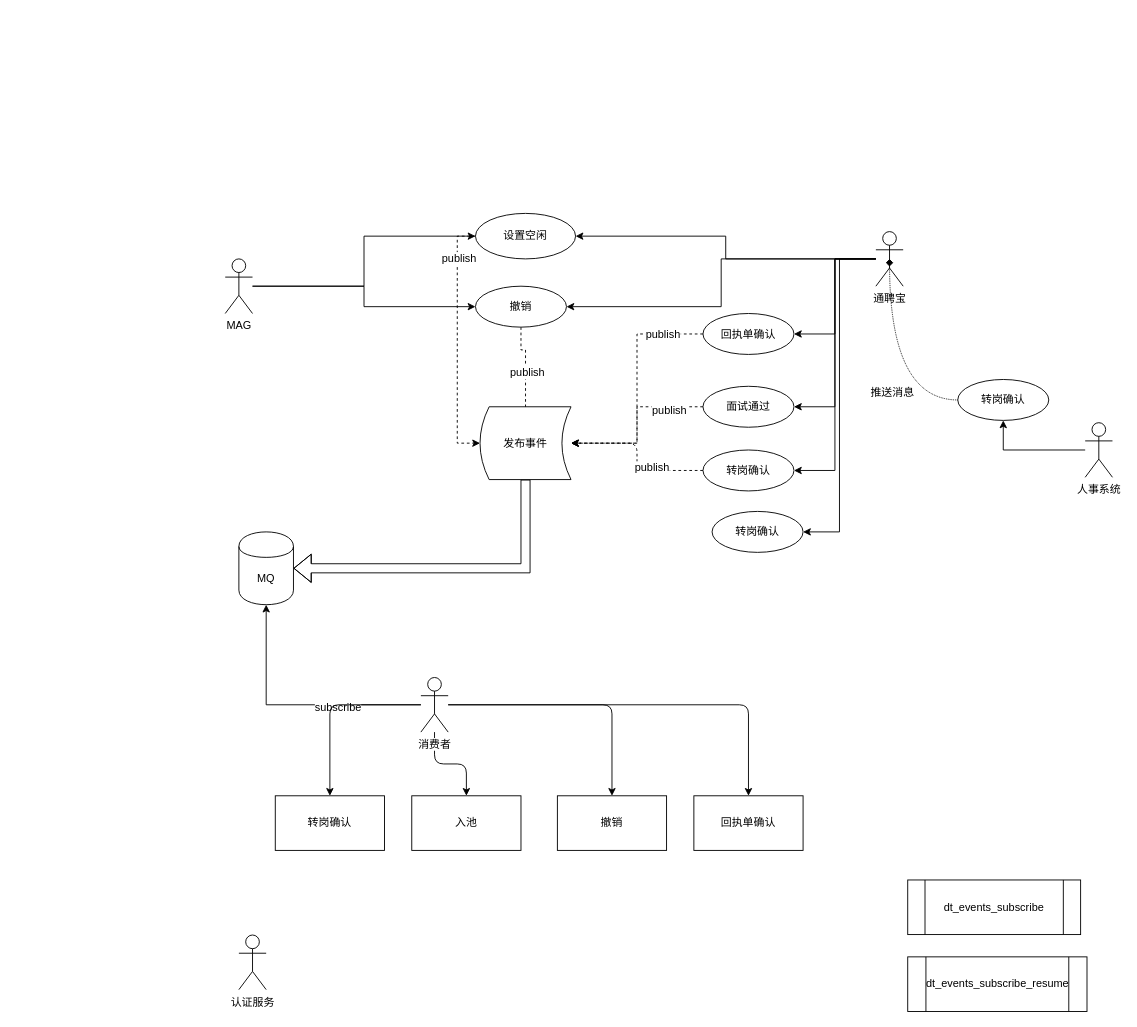
toby2o12/drawio keeps this draw.io diagram as source/通聘宝简历事件订阅.drawio. Above is the earlier version. Source tidied: cells renumbered, new cells numbered last; positions are measured from the earlier drawing's top-left corner, leaving out a move shared by most shapes. Both pictures are drawn from the tidied source at 91%, with x=0, y=0 at pixel (225, 213).
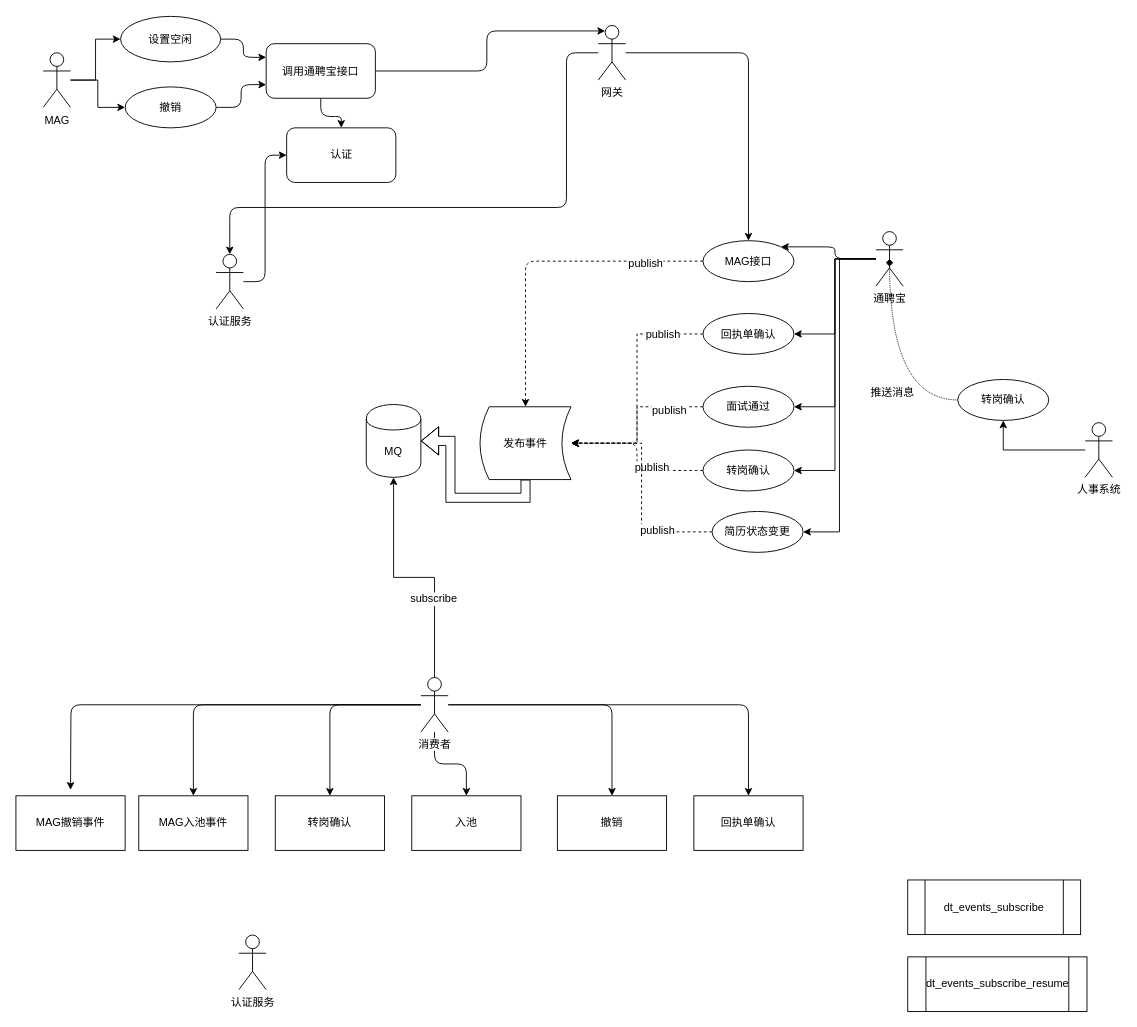
After the change.

Commit message (it also covers changes not shown here):
更新通聘宝简历事件订阅.drawio

Unchanged cells that the change refers to:
```xml
<mxCell id="18" value="通聘宝" style="shape=umlActor;verticalLabelPosition=bottom;labelBackgroundColor=#ffffff;verticalAlign=top;html=1;" parent="1" vertex="1">
  <mxGeometry x="715" y="20" width="30" height="60" as="geometry" />
</mxCell>
<mxCell id="37" value="发布事件" style="shape=dataStorage;whiteSpace=wrap;html=1;" parent="1" vertex="1">
  <mxGeometry x="280" y="212.5" width="100" height="80" as="geometry" />
</mxCell>
<mxCell id="44" value="消费者" style="shape=umlActor;verticalLabelPosition=bottom;labelBackgroundColor=#ffffff;verticalAlign=top;html=1;outlineConnect=0;" parent="1" vertex="1">
  <mxGeometry x="215" y="510" width="30" height="60" as="geometry" />
</mxCell>
```

What changed in the source:
```diff
@@
     <mxCell id="8" value="MAG" style="shape=umlActor;verticalLabelPosition=bottom;labelBackgroundColor=#ffffff;verticalAlign=top;html=1;" parent="1" vertex="1">
-      <mxGeometry y="50" width="30" height="60" as="geometry" />
+      <mxGeometry x="-200" y="-176.5" width="30" height="60" as="geometry" />
     </mxCell>
     <mxCell id="9" value="MQ" style="shape=cylinder;whiteSpace=wrap;html=1;boundedLbl=1;backgroundOutline=1;" parent="1" vertex="1">
-      <mxGeometry x="15" y="350" width="60" height="80" as="geometry" />
+      <mxGeometry x="155" y="210" width="60" height="80" as="geometry" />
     </mxCell>
@@
-    <mxCell id="12" style="edgeStyle=orthogonalEdgeStyle;rounded=0;jettySize=auto;html=1;" parent="1" edge="1" source="18" target="23">
-      <mxGeometry relative="1" as="geometry" />
-    </mxCell>
-    <mxCell id="13" style="edgeStyle=orthogonalEdgeStyle;rounded=0;jettySize=auto;html=1;entryX=1;entryY=0.5;entryDx=0;entryDy=0;" parent="1" edge="1" source="18" target="26">
-      <mxGeometry relative="1" as="geometry">
-        <Array as="points">
-          <mxPoint x="545" y="50" />
-          <mxPoint x="545" y="103" />
-        </Array>
-      </mxGeometry>
-    </mxCell>
@@
+    <mxCell id="50" style="edgeStyle=orthogonalEdgeStyle;rounded=1;jettySize=auto;html=1;entryX=1;entryY=0;entryDx=0;entryDy=0;startArrow=none;startFill=0;endArrow=classic;endFill=1;" parent="1" edge="1" source="18" target="68">
+      <mxGeometry relative="1" as="geometry" />
+    </mxCell>
@@
-    <mxCell id="21" style="edgeStyle=orthogonalEdgeStyle;rounded=0;jettySize=auto;html=1;entryX=0;entryY=0.5;entryDx=0;entryDy=0;exitX=0;exitY=0.5;exitDx=0;exitDy=0;dashed=1;" parent="1" edge="1" source="23" target="37">
-      <mxGeometry relative="1" as="geometry" />
-    </mxCell>
-    <mxCell id="22" value="publish" style="text;html=1;align=center;verticalAlign=middle;labelBackgroundColor=#ffffff;" parent="21" vertex="1">
-      <mxGeometry x="-0.68" y="1" relative="1" as="geometry" />
-    </mxCell>
+    <mxCell id="51" style="edgeStyle=orthogonalEdgeStyle;rounded=1;jettySize=auto;html=1;entryX=0;entryY=0.25;entryDx=0;entryDy=0;startArrow=none;startFill=0;endArrow=classic;endFill=1;" parent="1" edge="1" source="23" target="62">
+      <mxGeometry relative="1" as="geometry" />
+    </mxCell>
     <mxCell id="23" value="设置空闲" style="ellipse;whiteSpace=wrap;html=1;" parent="1" vertex="1">
-      <mxGeometry x="275" width="110" height="50" as="geometry" />
+      <mxGeometry x="-115" y="-216.5" width="110" height="50" as="geometry" />
     </mxCell>
-    <mxCell id="24" style="edgeStyle=orthogonalEdgeStyle;rounded=0;jettySize=auto;html=1;entryX=0;entryY=0.5;entryDx=0;entryDy=0;dashed=1;startArrow=none;startFill=0;" parent="1" edge="1" source="26" target="37">
-      <mxGeometry relative="1" as="geometry">
-        <Array as="points">
-          <mxPoint x="325" y="150" />
-          <mxPoint x="330" y="150" />
-          <mxPoint x="330" y="253" />
-        </Array>
-      </mxGeometry>
-    </mxCell>
-    <mxCell id="25" value="publish" style="text;html=1;align=center;verticalAlign=middle;labelBackgroundColor=#ffffff;" parent="24" vertex="1">
-      <mxGeometry x="-0.41" y="1" relative="1" as="geometry" />
-    </mxCell>
+    <mxCell id="52" style="edgeStyle=orthogonalEdgeStyle;rounded=1;jettySize=auto;html=1;entryX=0;entryY=0.75;entryDx=0;entryDy=0;startArrow=none;startFill=0;endArrow=classic;endFill=1;" parent="1" edge="1" source="26" target="62">
+      <mxGeometry relative="1" as="geometry" />
+    </mxCell>
     <mxCell id="26" value="撤销" style="ellipse;whiteSpace=wrap;html=1;" parent="1" vertex="1">
-      <mxGeometry x="275" y="80" width="100" height="45" as="geometry" />
+      <mxGeometry x="-110" y="-139" width="100" height="45" as="geometry" />
     </mxCell>
@@
+    <mxCell id="53" style="edgeStyle=orthogonalEdgeStyle;rounded=1;jettySize=auto;html=1;startArrow=none;startFill=0;endArrow=classic;endFill=1;" parent="1" edge="1" source="44">
+      <mxGeometry relative="1" as="geometry">
+        <mxPoint x="-170" y="633.5" as="targetPoint" />
+      </mxGeometry>
+    </mxCell>
+    <mxCell id="54" style="edgeStyle=orthogonalEdgeStyle;rounded=1;jettySize=auto;html=1;startArrow=none;startFill=0;endArrow=classic;endFill=1;" parent="1" edge="1" source="44" target="69">
+      <mxGeometry relative="1" as="geometry" />
+    </mxCell>
@@
+    <mxCell id="55" style="edgeStyle=orthogonalEdgeStyle;rounded=0;jettySize=auto;html=1;entryX=1;entryY=0.5;entryDx=0;entryDy=0;startArrow=none;startFill=0;endArrow=classic;endFill=1;dashed=1;" parent="1" edge="1" source="49" target="37">
+      <mxGeometry relative="1" as="geometry" />
+    </mxCell>
+    <mxCell id="56" value="publish" style="text;html=1;align=center;verticalAlign=middle;labelBackgroundColor=#ffffff;" parent="55" vertex="1">
+      <mxGeometry x="-0.52" y="-2" relative="1" as="geometry" />
+    </mxCell>
-    <mxCell id="49" value="转岗确认" style="ellipse;whiteSpace=wrap;html=1;" parent="1" vertex="1">
+    <mxCell id="49" value="简历状态变更" style="ellipse;whiteSpace=wrap;html=1;" parent="1" vertex="1">
       <mxGeometry x="535" y="327.5" width="100" height="45" as="geometry" />
     </mxCell>
+    <mxCell id="57" style="edgeStyle=orthogonalEdgeStyle;rounded=1;jettySize=auto;html=1;startArrow=none;startFill=0;endArrow=classic;endFill=1;" parent="1" edge="1" source="65" target="59">
+      <mxGeometry relative="1" as="geometry">
+        <Array as="points">
+          <mxPoint x="375" y="-176.5" />
+          <mxPoint x="375" y="-6.5" />
+        </Array>
+      </mxGeometry>
+    </mxCell>
+    <mxCell id="58" style="edgeStyle=orthogonalEdgeStyle;rounded=1;jettySize=auto;html=1;entryX=0;entryY=0.5;entryDx=0;entryDy=0;startArrow=none;startFill=0;endArrow=classic;endFill=1;" parent="1" edge="1" source="59" target="63">
+      <mxGeometry relative="1" as="geometry" />
+    </mxCell>
+    <mxCell id="59" value="认证服务" style="shape=umlActor;verticalLabelPosition=bottom;labelBackgroundColor=#ffffff;verticalAlign=top;html=1;outlineConnect=0;" parent="1" vertex="1">
+      <mxGeometry x="-10" y="45" width="30" height="60" as="geometry" />
+    </mxCell>
+    <mxCell id="60" style="edgeStyle=orthogonalEdgeStyle;rounded=1;jettySize=auto;html=1;startArrow=none;startFill=0;endArrow=classic;endFill=1;" parent="1" edge="1" source="62" target="63">
+      <mxGeometry relative="1" as="geometry" />
+    </mxCell>
+    <mxCell id="61" style="edgeStyle=orthogonalEdgeStyle;rounded=1;jettySize=auto;html=1;entryX=0.25;entryY=0.1;entryDx=0;entryDy=0;startArrow=none;startFill=0;endArrow=classic;endFill=1;entryPerimeter=0;" parent="1" edge="1" source="62" target="65">
+      <mxGeometry relative="1" as="geometry" />
+    </mxCell>
+    <mxCell id="62" value="调用通聘宝接口" style="rounded=1;whiteSpace=wrap;html=1;" parent="1" vertex="1">
+      <mxGeometry x="45" y="-186.5" width="120" height="60" as="geometry" />
+    </mxCell>
+    <mxCell id="63" value="认证" style="rounded=1;whiteSpace=wrap;html=1;" parent="1" vertex="1">
+      <mxGeometry x="67.5" y="-94" width="120" height="60" as="geometry" />
+    </mxCell>
+    <mxCell id="64" style="edgeStyle=orthogonalEdgeStyle;rounded=1;jettySize=auto;html=1;entryX=0.5;entryY=0;entryDx=0;entryDy=0;startArrow=none;startFill=0;endArrow=classic;endFill=1;" parent="1" edge="1" source="65" target="68">
+      <mxGeometry relative="1" as="geometry" />
+    </mxCell>
+    <mxCell id="65" value="网关" style="shape=umlActor;verticalLabelPosition=bottom;labelBackgroundColor=#ffffff;verticalAlign=top;html=1;outlineConnect=0;" parent="1" vertex="1">
+      <mxGeometry x="410" y="-206.5" width="30" height="60" as="geometry" />
+    </mxCell>
+    <mxCell id="66" style="edgeStyle=orthogonalEdgeStyle;rounded=1;jettySize=auto;html=1;startArrow=none;startFill=0;endArrow=classic;endFill=1;dashed=1;" parent="1" edge="1" source="68" target="37">
+      <mxGeometry relative="1" as="geometry" />
+    </mxCell>
+    <mxCell id="67" value="publish" style="text;html=1;align=center;verticalAlign=middle;labelBackgroundColor=#ffffff;" parent="66" vertex="1">
+      <mxGeometry x="-0.64" y="2" relative="1" as="geometry" />
+    </mxCell>
+    <mxCell id="68" value="MAG接口" style="ellipse;whiteSpace=wrap;html=1;" parent="1" vertex="1">
+      <mxGeometry x="525" y="30" width="100" height="45" as="geometry" />
+    </mxCell>
+    <mxCell id="69" value="MAG入池事件" style="rounded=0;whiteSpace=wrap;html=1;" parent="1" vertex="1">
+      <mxGeometry x="-95" y="640" width="120" height="60" as="geometry" />
+    </mxCell>
+    <mxCell id="70" value="MAG撤销事件" style="rounded=0;whiteSpace=wrap;html=1;" parent="1" vertex="1">
+      <mxGeometry x="-230" y="640" width="120" height="60" as="geometry" />
+    </mxCell>
```
